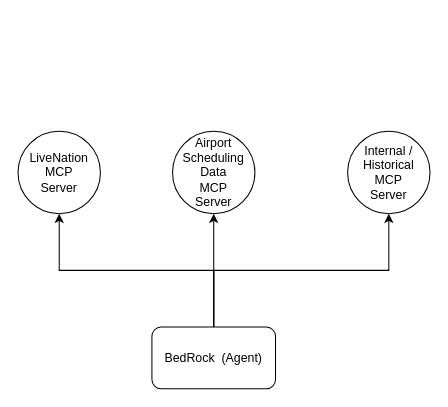
Before: page "Page-1" (1 of 2) of diagrams/src/AI.drawio in bwarncke/architectural-katas-q4-2025-ai-enabled-architecture, a draw.io diagram. Source tidied: cells renumbered, new cells numbered last; positions are measured from the earlier drawing's top-left corner, leaving out a move shared by most shapes. Both pictures are drawn from the tidied source at 103%, with x=0, y=0 at pixel (18, 131).
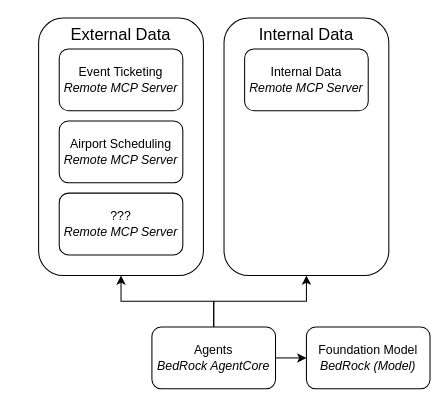
Above is the later version.

Diff of the diagram source:
```diff
@@
 <mxGraphModel>
   <root>
     <mxCell id="0" />
     <mxCell id="1" parent="0" />
-    <mxCell id="2" style="edgeStyle=orthogonalEdgeStyle;rounded=0;jettySize=auto;html=1;exitX=0.5;exitY=0;exitDx=0;exitDy=0;entryX=0.5;entryY=1;entryDx=0;entryDy=0;" parent="1" edge="1" source="5" target="6">
-      <mxGeometry relative="1" as="geometry" />
-    </mxCell>
-    <mxCell id="3" style="edgeStyle=orthogonalEdgeStyle;rounded=0;jettySize=auto;html=1;exitX=0.5;exitY=0;exitDx=0;exitDy=0;" parent="1" edge="1" source="5" target="7">
-      <mxGeometry relative="1" as="geometry" />
-    </mxCell>
-    <mxCell id="4" style="edgeStyle=orthogonalEdgeStyle;rounded=0;jettySize=auto;html=1;exitX=0.5;exitY=0;exitDx=0;exitDy=0;entryX=0.5;entryY=1;entryDx=0;entryDy=0;" parent="1" edge="1" source="5" target="8">
-      <mxGeometry relative="1" as="geometry" />
-    </mxCell>
+    <mxCell id="9" value="External Data" style="rounded=1;whiteSpace=wrap;html=1;verticalAlign=top;fillColor=none;fontSize=16;" parent="1" vertex="1">
+      <mxGeometry x="20" y="-110" width="160" height="250" as="geometry" />
+    </mxCell>
+    <mxCell id="10" style="edgeStyle=orthogonalEdgeStyle;rounded=0;jettySize=auto;html=1;exitX=1;exitY=0.5;exitDx=0;exitDy=0;entryX=0;entryY=0.5;entryDx=0;entryDy=0;" parent="1" edge="1" source="5" target="13">
+      <mxGeometry relative="1" as="geometry" />
+    </mxCell>
+    <mxCell id="11" style="edgeStyle=orthogonalEdgeStyle;rounded=0;jettySize=auto;html=1;exitX=0.5;exitY=0;exitDx=0;exitDy=0;entryX=0.5;entryY=1;entryDx=0;entryDy=0;" parent="1" edge="1" source="5" target="9">
+      <mxGeometry relative="1" as="geometry" />
+    </mxCell>
+    <mxCell id="12" style="edgeStyle=orthogonalEdgeStyle;rounded=0;jettySize=auto;html=1;exitX=0.5;exitY=0;exitDx=0;exitDy=0;entryX=0.5;entryY=1;entryDx=0;entryDy=0;" parent="1" edge="1" source="5" target="18">
+      <mxGeometry relative="1" as="geometry" />
+    </mxCell>
-    <mxCell id="5" value="BedRock&amp;nbsp; (Agent)" style="rounded=1;whiteSpace=wrap;html=1;" parent="1" vertex="1">
+    <mxCell id="5" value="Agents&lt;br&gt;&lt;i&gt;BedRock AgentCore&lt;/i&gt;" style="rounded=1;whiteSpace=wrap;html=1;" parent="1" vertex="1">
       <mxGeometry x="130" y="190" width="120" height="60" as="geometry" />
     </mxCell>
-    <mxCell id="6" value="Airport Scheduling Data&lt;br&gt;MCP&lt;br&gt;Server" style="ellipse;whiteSpace=wrap;html=1;" parent="1" vertex="1">
-      <mxGeometry x="150" width="80" height="80" as="geometry" />
-    </mxCell>
-    <mxCell id="7" value="Internal / Historical&lt;br&gt;MCP&lt;br&gt;Server" style="ellipse;whiteSpace=wrap;html=1;" parent="1" vertex="1">
-      <mxGeometry x="320" width="80" height="80" as="geometry" />
-    </mxCell>
-    <mxCell id="8" value="LiveNation&lt;br&gt;MCP&lt;br&gt;Server" style="ellipse;whiteSpace=wrap;html=1;" parent="1" vertex="1">
-      <mxGeometry width="80" height="80" as="geometry" />
-    </mxCell>
+    <mxCell id="13" value="Foundation Model&lt;br&gt;&lt;i&gt;BedRock (Model)&lt;/i&gt;" style="rounded=1;whiteSpace=wrap;html=1;" parent="1" vertex="1">
+      <mxGeometry x="280" y="190" width="120" height="60" as="geometry" />
+    </mxCell>
+    <mxCell id="14" value="Event Ticketing&lt;br&gt;&lt;i&gt;Remote MCP Server&lt;/i&gt;" style="rounded=1;whiteSpace=wrap;html=1;" parent="1" vertex="1">
+      <mxGeometry x="40" y="-80" width="120" height="60" as="geometry" />
+    </mxCell>
+    <mxCell id="15" value="Airport Scheduling&lt;br&gt;&lt;i&gt;Remote MCP Server&lt;/i&gt;" style="rounded=1;whiteSpace=wrap;html=1;" parent="1" vertex="1">
+      <mxGeometry x="40" y="-10" width="120" height="60" as="geometry" />
+    </mxCell>
+    <mxCell id="16" value="Internal Data&lt;br&gt;&lt;i&gt;Remote MCP Server&lt;/i&gt;" style="rounded=1;whiteSpace=wrap;html=1;" parent="1" vertex="1">
+      <mxGeometry x="220" y="-80" width="120" height="60" as="geometry" />
+    </mxCell>
+    <mxCell id="17" value="???&lt;br&gt;&lt;i&gt;Remote MCP Server&lt;/i&gt;" style="rounded=1;whiteSpace=wrap;html=1;" parent="1" vertex="1">
+      <mxGeometry x="40" y="60" width="120" height="60" as="geometry" />
+    </mxCell>
+    <mxCell id="18" value="Internal Data" style="rounded=1;whiteSpace=wrap;html=1;verticalAlign=top;fillColor=none;fontSize=16;" parent="1" vertex="1">
+      <mxGeometry x="200" y="-110" width="160" height="250" as="geometry" />
+    </mxCell>
   </root>
 </mxGraphModel>
```
